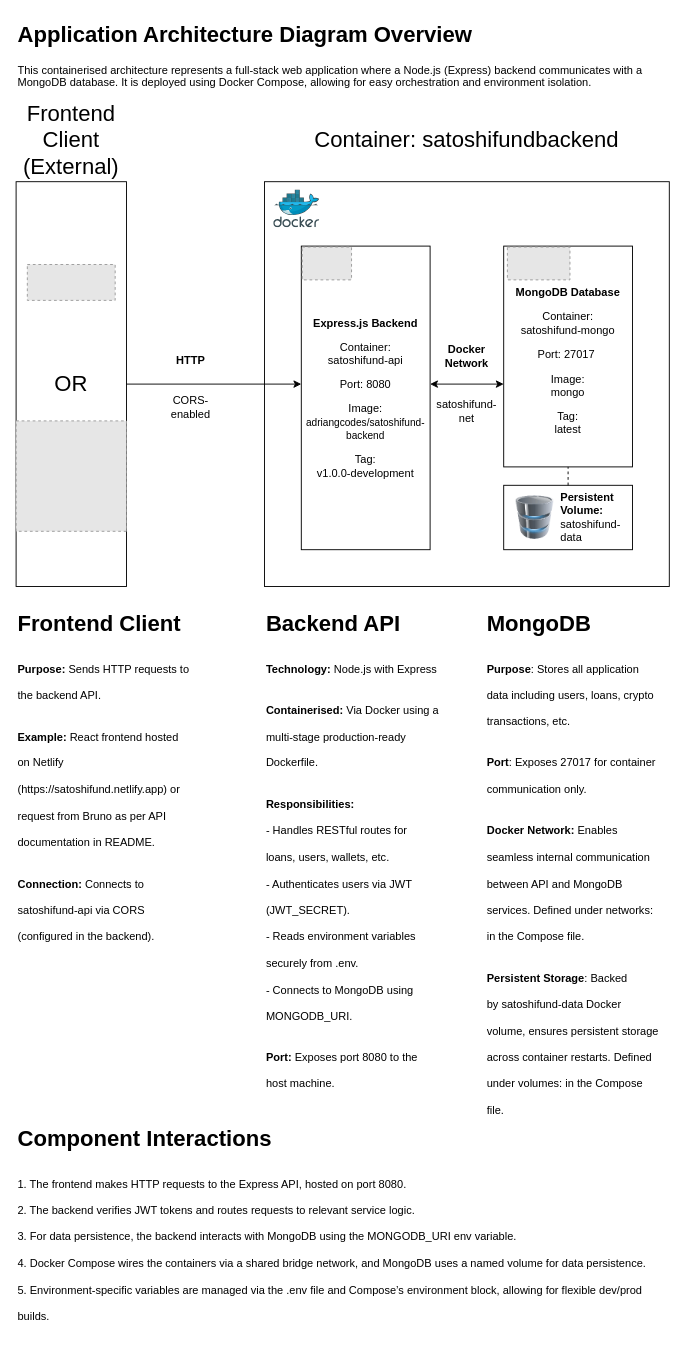
Earlier version of the draw.io diagram docs/dev1004/ApplicationArchitectureDiagram.drawio (adriangcodes/dev1004-assessment-3). Source tidied: cells renumbered, new cells numbered last; positions are measured from the earlier drawing's top-left corner, leaving out a move shared by most shapes. Both pictures are drawn from the tidied source at 92%, with x=0, y=0 at pixel (16, 16). Pictures stored in the file or linked from it are replaced by grey dashed boxes.
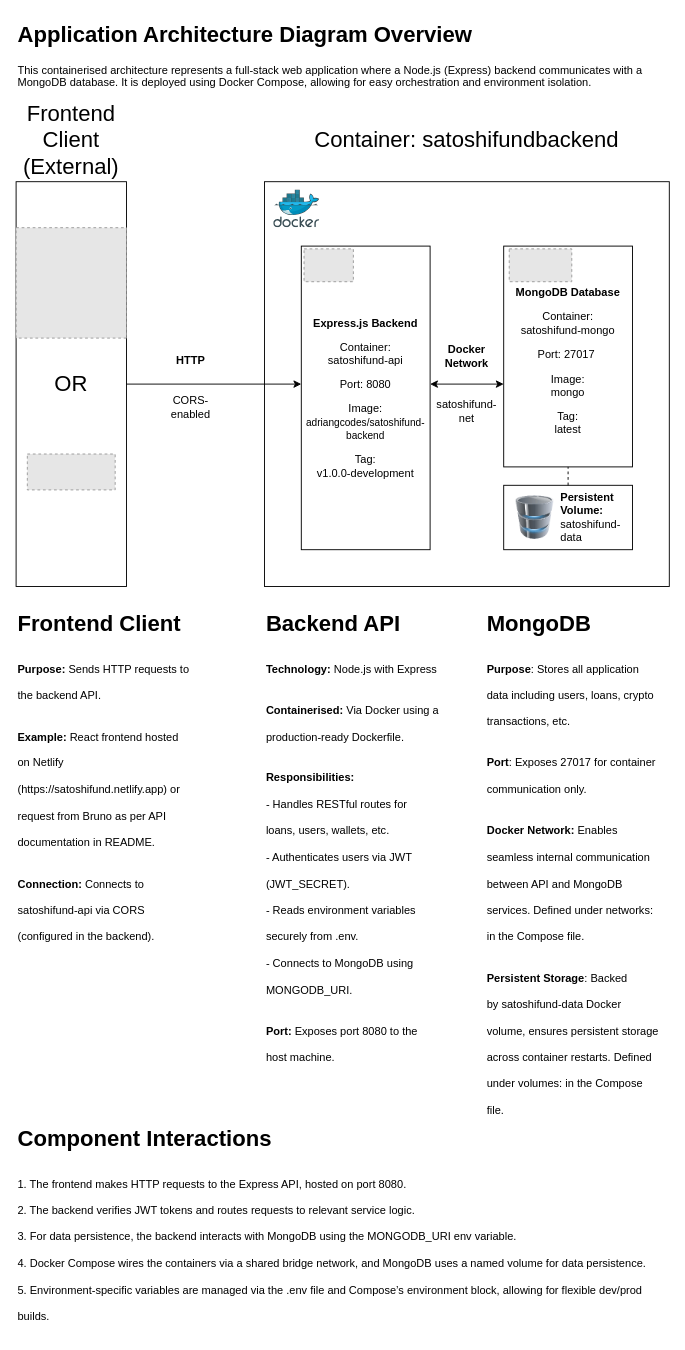
After the change.

Diff of the diagram source:
```diff
@@
     <mxCell id="7" style="fillColor=#E6E6E6;strokeColor=#999999;dashed=1;verticalLabelPosition=bottom;labelBackgroundColor=default;verticalAlign=top;" parent="1" vertex="1">
-      <mxGeometry x="12.2" y="270" width="95.5" height="39" as="geometry" />
+      <mxGeometry x="12.2" y="476" width="95.5" height="39" as="geometry" />
     </mxCell>
     <mxCell id="8" style="fillColor=#E6E6E6;strokeColor=#999999;dashed=1;verticalLabelPosition=bottom;labelBackgroundColor=default;verticalAlign=top;" parent="1" vertex="1">
-      <mxGeometry y="440" width="120" height="120" as="geometry" />
+      <mxGeometry y="230" width="120" height="120" as="geometry" />
     </mxCell>
@@
     <mxCell id="12" style="fillColor=#E6E6E6;strokeColor=#999999;dashed=1;verticalLabelPosition=bottom;labelBackgroundColor=default;verticalAlign=top;" parent="1" vertex="1">
-      <mxGeometry x="534" y="251" width="68" height="35.7" as="geometry" />
+      <mxGeometry x="536" y="253" width="68" height="35.7" as="geometry" />
     </mxCell>
@@
     <mxCell id="18" style="fillColor=#E6E6E6;strokeColor=#999999;dashed=1;verticalLabelPosition=bottom;labelBackgroundColor=default;verticalAlign=top;" parent="1" vertex="1">
-      <mxGeometry x="311" y="251" width="53.6" height="35.7" as="geometry" />
+      <mxGeometry x="313" y="253" width="53.6" height="35.7" as="geometry" />
     </mxCell>
@@
-    <mxCell id="20" value="&lt;h1 style=&quot;margin-top: 0px;&quot;&gt;&lt;span style=&quot;background-color: transparent; color: light-dark(rgb(0, 0, 0), rgb(255, 255, 255));&quot;&gt;Backend API&lt;/span&gt;&lt;/h1&gt;&lt;h1 style=&quot;margin-top: 0px;&quot;&gt;&lt;font style=&quot;font-size: 12px;&quot;&gt;&lt;span style=&quot;background-color: transparent; color: light-dark(rgb(0, 0, 0), rgb(255, 255, 255));&quot; class=&quot;s1&quot;&gt;Technology&lt;/span&gt;&lt;span style=&quot;background-color: transparent; color: light-dark(rgb(0, 0, 0), rgb(255, 255, 255));&quot;&gt;: &lt;/span&gt;&lt;span style=&quot;font-weight: normal; background-color: transparent; color: light-dark(rgb(0, 0, 0), rgb(255, 255, 255));&quot;&gt;Node.js with Express&lt;/span&gt;&lt;/font&gt;&lt;/h1&gt;&lt;h1 style=&quot;margin-top: 0px;&quot;&gt;&lt;font style=&quot;font-size: 12px;&quot;&gt;&lt;span style=&quot;background-color: transparent; color: light-dark(rgb(0, 0, 0), rgb(255, 255, 255));&quot; class=&quot;s1&quot;&gt;Containerised&lt;/span&gt;&lt;span style=&quot;background-color: transparent; color: light-dark(rgb(0, 0, 0), rgb(255, 255, 255));&quot;&gt;: &lt;/span&gt;&lt;span style=&quot;font-weight: normal; background-color: transparent; color: light-dark(rgb(0, 0, 0), rgb(255, 255, 255));&quot;&gt;Via Docker using a multi-stage production-ready Dockerfile.&lt;/span&gt;&lt;/font&gt;&lt;/h1&gt;&lt;h1 style=&quot;margin-top: 0px;&quot;&gt;&lt;font style=&quot;font-size: 12px;&quot;&gt;&lt;span style=&quot;background-color: transparent; color: light-dark(rgb(0, 0, 0), rgb(255, 255, 255));&quot;&gt;Responsibilities&lt;/span&gt;&lt;span style=&quot;background-color: transparent; color: light-dark(rgb(0, 0, 0), rgb(255, 255, 255));&quot; class=&quot;s1&quot;&gt;:&lt;br&gt;&lt;/span&gt;&lt;/font&gt;&lt;span style=&quot;font-size: 12px; background-color: transparent; color: light-dark(rgb(0, 0, 0), rgb(255, 255, 255)); font-weight: normal;&quot;&gt;- Handles RESTful routes for loans, users, wallets, etc.&lt;br&gt;&lt;/span&gt;&lt;span style=&quot;font-size: 12px; background-color: transparent; color: light-dark(rgb(0, 0, 0), rgb(255, 255, 255)); font-weight: normal;&quot;&gt;- Authenticates users via JWT (&lt;/span&gt;&lt;span style=&quot;font-size: 12px; background-color: transparent; color: light-dark(rgb(0, 0, 0), rgb(255, 255, 255)); font-weight: normal;&quot; class=&quot;s1&quot;&gt;JWT_SECRET&lt;/span&gt;&lt;span style=&quot;font-size: 12px; background-color: transparent; color: light-dark(rgb(0, 0, 0), rgb(255, 255, 255)); font-weight: normal;&quot;&gt;).&lt;br&gt;&lt;/span&gt;&lt;span style=&quot;font-size: 12px; background-color: transparent; color: light-dark(rgb(0, 0, 0), rgb(255, 255, 255)); font-weight: normal;&quot;&gt;- Reads environment variables securely from &lt;/span&gt;&lt;span style=&quot;font-size: 12px; background-color: transparent; color: light-dark(rgb(0, 0, 0), rgb(255, 255, 255)); font-weight: normal;&quot; class=&quot;s1&quot;&gt;.env&lt;/span&gt;&lt;span style=&quot;font-size: 12px; background-color: transparent; color: light-dark(rgb(0, 0, 0), rgb(255, 255, 255)); font-weight: normal;&quot;&gt;.&lt;br&gt;&lt;/span&gt;&lt;span style=&quot;background-color: transparent; color: light-dark(rgb(0, 0, 0), rgb(255, 255, 255)); font-size: 12px; font-weight: normal;&quot;&gt;- Connects to MongoDB using &lt;/span&gt;&lt;span style=&quot;background-color: transparent; color: light-dark(rgb(0, 0, 0), rgb(255, 255, 255)); font-size: 12px; font-weight: normal;&quot; class=&quot;s1&quot;&gt;MONGODB_URI&lt;/span&gt;&lt;span style=&quot;background-color: transparent; color: light-dark(rgb(0, 0, 0), rgb(255, 255, 255)); font-size: 12px; font-weight: normal;&quot;&gt;.&lt;/span&gt;&lt;/h1&gt;&lt;h1 style=&quot;margin-top: 0px;&quot;&gt;&lt;span style=&quot;font-size: 12px; background-color: transparent; color: light-dark(rgb(0, 0, 0), rgb(255, 255, 255));&quot;&gt;Port&lt;/span&gt;&lt;span style=&quot;font-size: 12px; background-color: transparent; color: light-dark(rgb(0, 0, 0), rgb(255, 255, 255));&quot;&gt;:&lt;/span&gt;&lt;span style=&quot;font-size: 12px; background-color: transparent; color: light-dark(rgb(0, 0, 0), rgb(255, 255, 255)); font-weight: normal;&quot;&gt; Exposes port &lt;/span&gt;&lt;span style=&quot;font-size: 12px; background-color: transparent; color: light-dark(rgb(0, 0, 0), rgb(255, 255, 255)); font-weight: normal;&quot; class=&quot;s2&quot;&gt;8080&lt;/span&gt;&lt;span style=&quot;font-size: 12px; background-color: transparent; color: light-dark(rgb(0, 0, 0), rgb(255, 255, 255)); font-weight: normal;&quot;&gt; to the host machine.&lt;/span&gt;&lt;/h1&gt;&lt;h1 style=&quot;margin-top: 0px;&quot;&gt;&lt;p&gt;&lt;/p&gt;&lt;/h1&gt;" style="text;html=1;whiteSpace=wrap;overflow=hidden;rounded=0;" parent="1" vertex="1">
+    <mxCell id="20" value="&lt;h1 style=&quot;margin-top: 0px;&quot;&gt;&lt;span style=&quot;background-color: transparent; color: light-dark(rgb(0, 0, 0), rgb(255, 255, 255));&quot;&gt;Backend API&lt;/span&gt;&lt;/h1&gt;&lt;h1 style=&quot;margin-top: 0px;&quot;&gt;&lt;font style=&quot;font-size: 12px;&quot;&gt;&lt;span style=&quot;background-color: transparent; color: light-dark(rgb(0, 0, 0), rgb(255, 255, 255));&quot; class=&quot;s1&quot;&gt;Technology&lt;/span&gt;&lt;span style=&quot;background-color: transparent; color: light-dark(rgb(0, 0, 0), rgb(255, 255, 255));&quot;&gt;: &lt;/span&gt;&lt;span style=&quot;font-weight: normal; background-color: transparent; color: light-dark(rgb(0, 0, 0), rgb(255, 255, 255));&quot;&gt;Node.js with Express&lt;/span&gt;&lt;/font&gt;&lt;/h1&gt;&lt;h1 style=&quot;margin-top: 0px;&quot;&gt;&lt;font style=&quot;font-size: 12px;&quot;&gt;&lt;span style=&quot;background-color: transparent; color: light-dark(rgb(0, 0, 0), rgb(255, 255, 255));&quot; class=&quot;s1&quot;&gt;Containerised&lt;/span&gt;&lt;span style=&quot;background-color: transparent; color: light-dark(rgb(0, 0, 0), rgb(255, 255, 255));&quot;&gt;: &lt;/span&gt;&lt;span style=&quot;font-weight: normal; background-color: transparent; color: light-dark(rgb(0, 0, 0), rgb(255, 255, 255));&quot;&gt;Via Docker using a production-ready Dockerfile.&lt;/span&gt;&lt;/font&gt;&lt;/h1&gt;&lt;h1 style=&quot;margin-top: 0px;&quot;&gt;&lt;font style=&quot;font-size: 12px;&quot;&gt;&lt;span style=&quot;background-color: transparent; color: light-dark(rgb(0, 0, 0), rgb(255, 255, 255));&quot;&gt;Responsibilities&lt;/span&gt;&lt;span style=&quot;background-color: transparent; color: light-dark(rgb(0, 0, 0), rgb(255, 255, 255));&quot; class=&quot;s1&quot;&gt;:&lt;br&gt;&lt;/span&gt;&lt;/font&gt;&lt;span style=&quot;font-size: 12px; background-color: transparent; color: light-dark(rgb(0, 0, 0), rgb(255, 255, 255)); font-weight: normal;&quot;&gt;- Handles RESTful routes for loans, users, wallets, etc.&lt;br&gt;&lt;/span&gt;&lt;span style=&quot;font-size: 12px; background-color: transparent; color: light-dark(rgb(0, 0, 0), rgb(255, 255, 255)); font-weight: normal;&quot;&gt;- Authenticates users via JWT (&lt;/span&gt;&lt;span style=&quot;font-size: 12px; background-color: transparent; color: light-dark(rgb(0, 0, 0), rgb(255, 255, 255)); font-weight: normal;&quot; class=&quot;s1&quot;&gt;JWT_SECRET&lt;/span&gt;&lt;span style=&quot;font-size: 12px; background-color: transparent; color: light-dark(rgb(0, 0, 0), rgb(255, 255, 255)); font-weight: normal;&quot;&gt;).&lt;br&gt;&lt;/span&gt;&lt;span style=&quot;font-size: 12px; background-color: transparent; color: light-dark(rgb(0, 0, 0), rgb(255, 255, 255)); font-weight: normal;&quot;&gt;- Reads environment variables securely from &lt;/span&gt;&lt;span style=&quot;font-size: 12px; background-color: transparent; color: light-dark(rgb(0, 0, 0), rgb(255, 255, 255)); font-weight: normal;&quot; class=&quot;s1&quot;&gt;.env&lt;/span&gt;&lt;span style=&quot;font-size: 12px; background-color: transparent; color: light-dark(rgb(0, 0, 0), rgb(255, 255, 255)); font-weight: normal;&quot;&gt;.&lt;br&gt;&lt;/span&gt;&lt;span style=&quot;background-color: transparent; color: light-dark(rgb(0, 0, 0), rgb(255, 255, 255)); font-size: 12px; font-weight: normal;&quot;&gt;- Connects to MongoDB using &lt;/span&gt;&lt;span style=&quot;background-color: transparent; color: light-dark(rgb(0, 0, 0), rgb(255, 255, 255)); font-size: 12px; font-weight: normal;&quot; class=&quot;s1&quot;&gt;MONGODB_URI&lt;/span&gt;&lt;span style=&quot;background-color: transparent; color: light-dark(rgb(0, 0, 0), rgb(255, 255, 255)); font-size: 12px; font-weight: normal;&quot;&gt;.&lt;/span&gt;&lt;/h1&gt;&lt;h1 style=&quot;margin-top: 0px;&quot;&gt;&lt;span style=&quot;font-size: 12px; background-color: transparent; color: light-dark(rgb(0, 0, 0), rgb(255, 255, 255));&quot;&gt;Port&lt;/span&gt;&lt;span style=&quot;font-size: 12px; background-color: transparent; color: light-dark(rgb(0, 0, 0), rgb(255, 255, 255));&quot;&gt;:&lt;/span&gt;&lt;span style=&quot;font-size: 12px; background-color: transparent; color: light-dark(rgb(0, 0, 0), rgb(255, 255, 255)); font-weight: normal;&quot;&gt; Exposes port &lt;/span&gt;&lt;span style=&quot;font-size: 12px; background-color: transparent; color: light-dark(rgb(0, 0, 0), rgb(255, 255, 255)); font-weight: normal;&quot; class=&quot;s2&quot;&gt;8080&lt;/span&gt;&lt;span style=&quot;font-size: 12px; background-color: transparent; color: light-dark(rgb(0, 0, 0), rgb(255, 255, 255)); font-weight: normal;&quot;&gt; to the host machine.&lt;/span&gt;&lt;/h1&gt;&lt;h1 style=&quot;margin-top: 0px;&quot;&gt;&lt;p&gt;&lt;/p&gt;&lt;/h1&gt;" style="text;html=1;whiteSpace=wrap;overflow=hidden;rounded=0;" parent="1" vertex="1">
       <mxGeometry x="270" y="640" width="190" height="540" as="geometry" />
     </mxCell>
```
